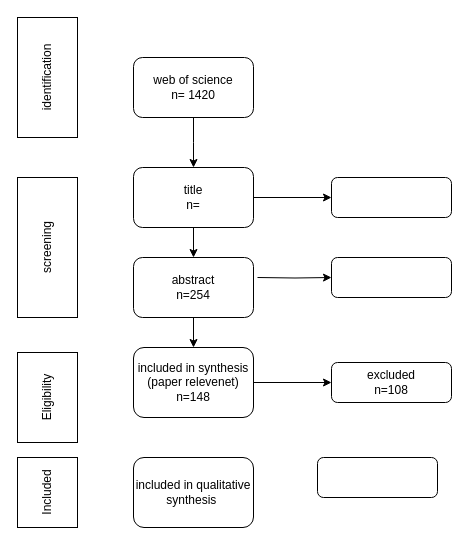
Above: Untitled Diagram.drawio in Koi-Py/chapter-1-masters (draw.io), before the change. Source tidied: cells renumbered, new cells numbered last; positions are measured from the earlier drawing's top-left corner, leaving out a move shared by most shapes. Both pictures are drawn from the tidied source at 100%, with x=0, y=0 at pixel (-23, 47).
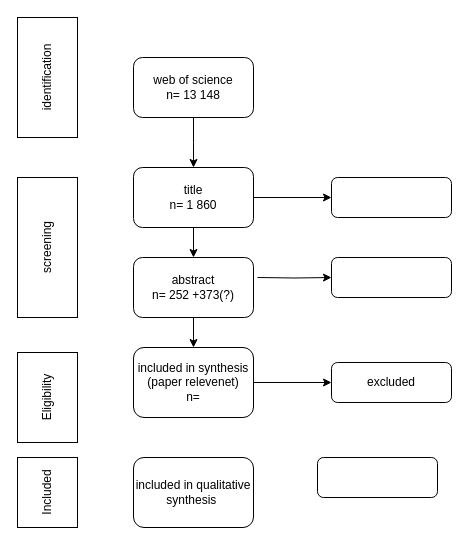
After the change.

Change to the diagram source:
```diff
@@
-    <mxCell id="3" value="web of science&lt;br&gt;n= 1420" style="rounded=1;whiteSpace=wrap;html=1;fontSize=12;glass=0;strokeWidth=1;shadow=0;" parent="1" vertex="1">
+    <mxCell id="3" value="web of science&lt;br&gt;n=&amp;nbsp;13 148" style="rounded=1;whiteSpace=wrap;html=1;fontSize=12;glass=0;strokeWidth=1;shadow=0;" parent="1" vertex="1">
       <mxGeometry x="156" y="10" width="120" height="60" as="geometry" />
     </mxCell>
@@
-    <mxCell id="8" value="title&lt;br&gt;n=" style="rounded=1;whiteSpace=wrap;html=1;fontSize=12;glass=0;strokeWidth=1;shadow=0;" parent="1" vertex="1">
+    <mxCell id="8" value="title&lt;br&gt;n= 1 860" style="rounded=1;whiteSpace=wrap;html=1;fontSize=12;glass=0;strokeWidth=1;shadow=0;" parent="1" vertex="1">
       <mxGeometry x="156" y="120" width="120" height="60" as="geometry" />
     </mxCell>
@@
-    <mxCell id="16" value="abstract&lt;br&gt;n=254" style="rounded=1;whiteSpace=wrap;html=1;fontSize=12;glass=0;strokeWidth=1;shadow=0;" parent="1" vertex="1">
+    <mxCell id="16" value="abstract&lt;br&gt;n= 252 +373(?)" style="rounded=1;whiteSpace=wrap;html=1;fontSize=12;glass=0;strokeWidth=1;shadow=0;" parent="1" vertex="1">
       <mxGeometry x="156" y="210" width="120" height="60" as="geometry" />
     </mxCell>
@@
-    <mxCell id="18" value="included in synthesis (paper relevenet)&lt;br&gt;n=148" style="rounded=1;whiteSpace=wrap;html=1;fontSize=12;glass=0;strokeWidth=1;shadow=0;" parent="1" vertex="1">
+    <mxCell id="18" value="included in synthesis (paper relevenet)&lt;br&gt;n=" style="rounded=1;whiteSpace=wrap;html=1;fontSize=12;glass=0;strokeWidth=1;shadow=0;" parent="1" vertex="1">
       <mxGeometry x="156" y="300" width="120" height="70" as="geometry" />
     </mxCell>
-    <mxCell id="19" value="excluded&lt;br&gt;n=108" style="rounded=1;whiteSpace=wrap;html=1;fontSize=12;glass=0;strokeWidth=1;shadow=0;" parent="1" vertex="1">
+    <mxCell id="19" value="excluded&lt;br&gt;" style="rounded=1;whiteSpace=wrap;html=1;fontSize=12;glass=0;strokeWidth=1;shadow=0;" parent="1" vertex="1">
       <mxGeometry x="354" y="315" width="120" height="40" as="geometry" />
     </mxCell>
```
